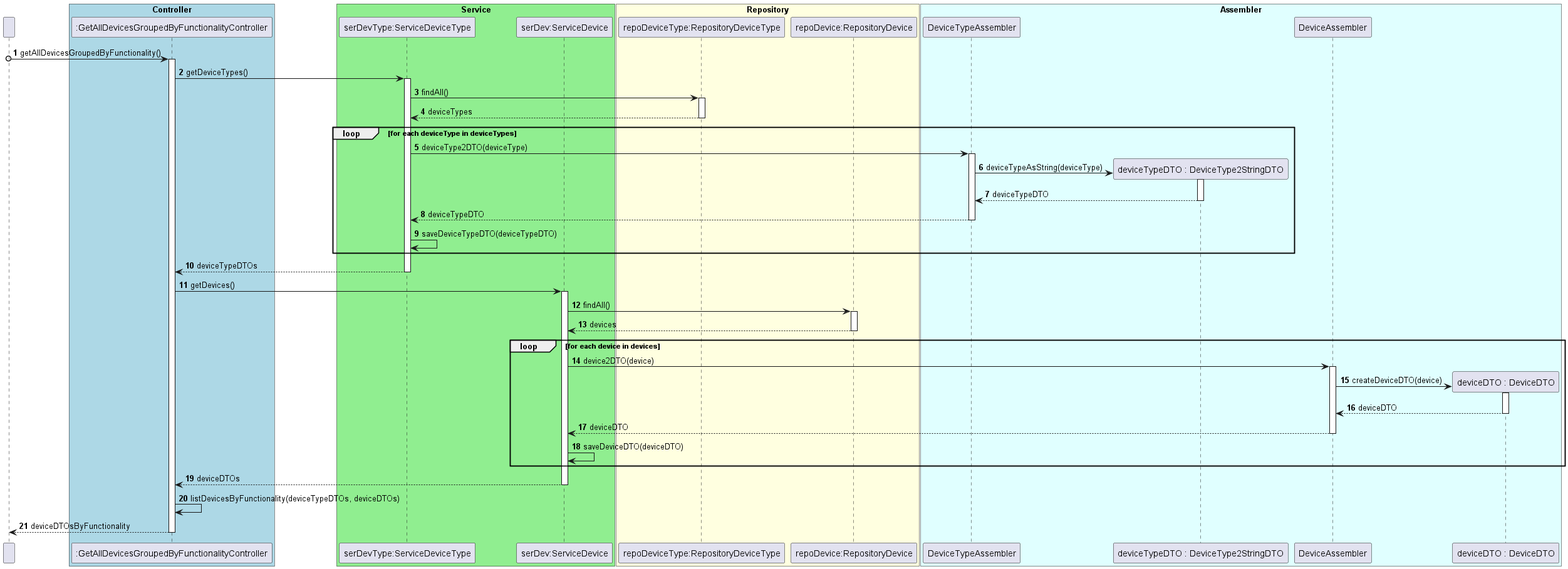
Above: docs/ood/sequenceDiagram/US09GetAllDevicesGroupedByFunctionality.png in olivDiogo/SmartHome (PlantUML), before the change.
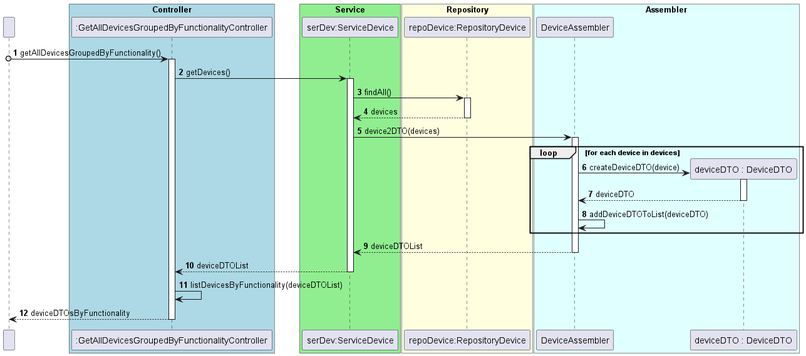
Later version of the same file.

What changed in the source:
```diff
@@ -8,22 +8,14 @@
 end box
 
 box "Service" #LightGreen
-participant "serDevType:ServiceDeviceType" as ServiceDeviceType
-
 participant "serDev:ServiceDevice" as ServiceDevice
 end box
 
 box "Repository" #LightYellow
-participant "repoDeviceType:RepositoryDeviceType" as RepositoryDeviceType
-
 participant "repoDevice:RepositoryDevice" as RepositoryDevice
 end box
 
 box "Assembler" #LightCyan
-participant "DeviceTypeAssembler" as DeviceTypeAssembler
-
-participant "deviceTypeDTO : DeviceType2StringDTO" as DeviceType2StringDTO
-
 participant "DeviceAssembler" as DeviceAssembler
 
 participant "deviceDTO : DeviceDTO" as DeviceDTO
@@ -34,44 +26,6 @@
 User o-> GetAllDevicesGroupedByFunctionalityController: getAllDevicesGroupedByFunctionality()
 
 activate GetAllDevicesGroupedByFunctionalityController
-
-GetAllDevicesGroupedByFunctionalityController -> ServiceDeviceType: getDeviceTypes()
-
-activate ServiceDeviceType
-
-ServiceDeviceType -> RepositoryDeviceType: findAll()
-
-activate RepositoryDeviceType
-
-RepositoryDeviceType --> ServiceDeviceType: deviceTypes
-
-deactivate RepositoryDeviceType
-
-loop for each deviceType in deviceTypes
-    ServiceDeviceType -> DeviceTypeAssembler: deviceType2DTO(deviceType)
-
-    activate DeviceTypeAssembler
-    create DeviceType2StringDTO
-    DeviceTypeAssembler -> DeviceType2StringDTO: deviceTypeAsString(deviceType)
-
-    activate DeviceType2StringDTO
-
-    DeviceType2StringDTO --> DeviceTypeAssembler: deviceTypeDTO
-
-    deactivate DeviceType2StringDTO
-
-    DeviceTypeAssembler --> ServiceDeviceType: deviceTypeDTO
-
-    deactivate DeviceTypeAssembler
-
-    ServiceDeviceType -> ServiceDeviceType: saveDeviceTypeDTO(deviceTypeDTO)
-
-end
-
-ServiceDeviceType --> GetAllDevicesGroupedByFunctionalityController : deviceTypeDTOs
-
-deactivate ServiceDeviceType
-
 
 
 GetAllDevicesGroupedByFunctionalityController -> ServiceDevice : getDevices()
@@ -86,9 +40,9 @@
 
 deactivate RepositoryDevice
 
+ServiceDevice -> DeviceAssembler: device2DTO(devices)
+
 loop for each device in devices
-    ServiceDevice -> DeviceAssembler: device2DTO(device)
-
     activate DeviceAssembler
     create DeviceDTO
     DeviceAssembler -> DeviceDTO: createDeviceDTO(device)
@@ -99,19 +53,19 @@
 
     deactivate DeviceDTO
 
-    DeviceAssembler --> ServiceDevice: deviceDTO
-
-    deactivate DeviceAssembler
-
-    ServiceDevice -> ServiceDevice: saveDeviceDTO(deviceDTO)
-
+    DeviceAssembler -> DeviceAssembler: addDeviceDTOToList(deviceDTO)
 end
 
-ServiceDevice --> GetAllDevicesGroupedByFunctionalityController: deviceDTOs
+DeviceAssembler --> ServiceDevice: deviceDTOList
+
+deactivate DeviceAssembler
+
+
+ServiceDevice --> GetAllDevicesGroupedByFunctionalityController: deviceDTOList
 
 deactivate ServiceDevice
 
-GetAllDevicesGroupedByFunctionalityController -> GetAllDevicesGroupedByFunctionalityController: listDevicesByFunctionality(deviceTypeDTOs, deviceDTOs)
+GetAllDevicesGroupedByFunctionalityController -> GetAllDevicesGroupedByFunctionalityController: listDevicesByFunctionality(deviceDTOList)
 
 GetAllDevicesGroupedByFunctionalityController --> User: deviceDTOsByFunctionality
 
```
